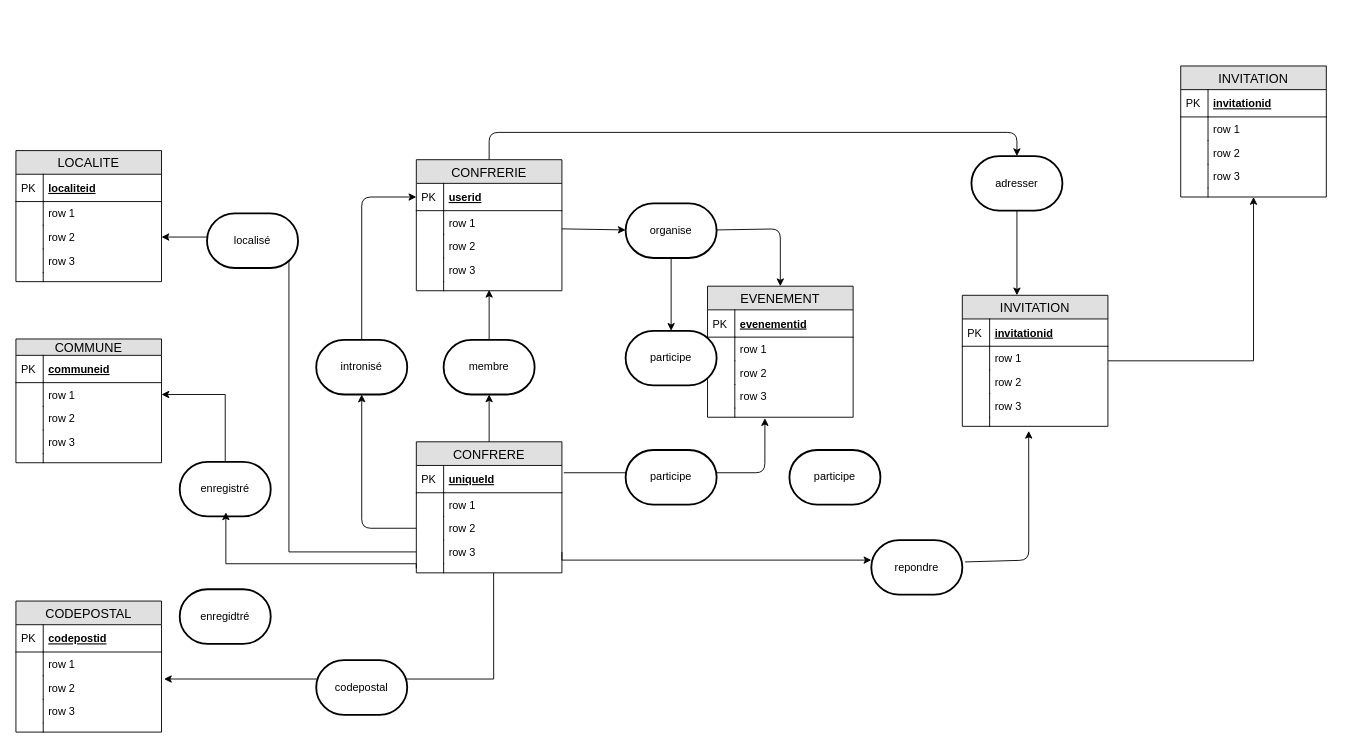
Earlier version of the draw.io diagram Untitled Diagram.drawio (harelimana/saintvincent). Source tidied: cells renumbered, new cells numbered last; positions are measured from the earlier drawing's top-left corner, leaving out a move shared by most shapes. Both pictures are drawn from the tidied source at 91%, with x=0, y=0 at pixel (15, 66).
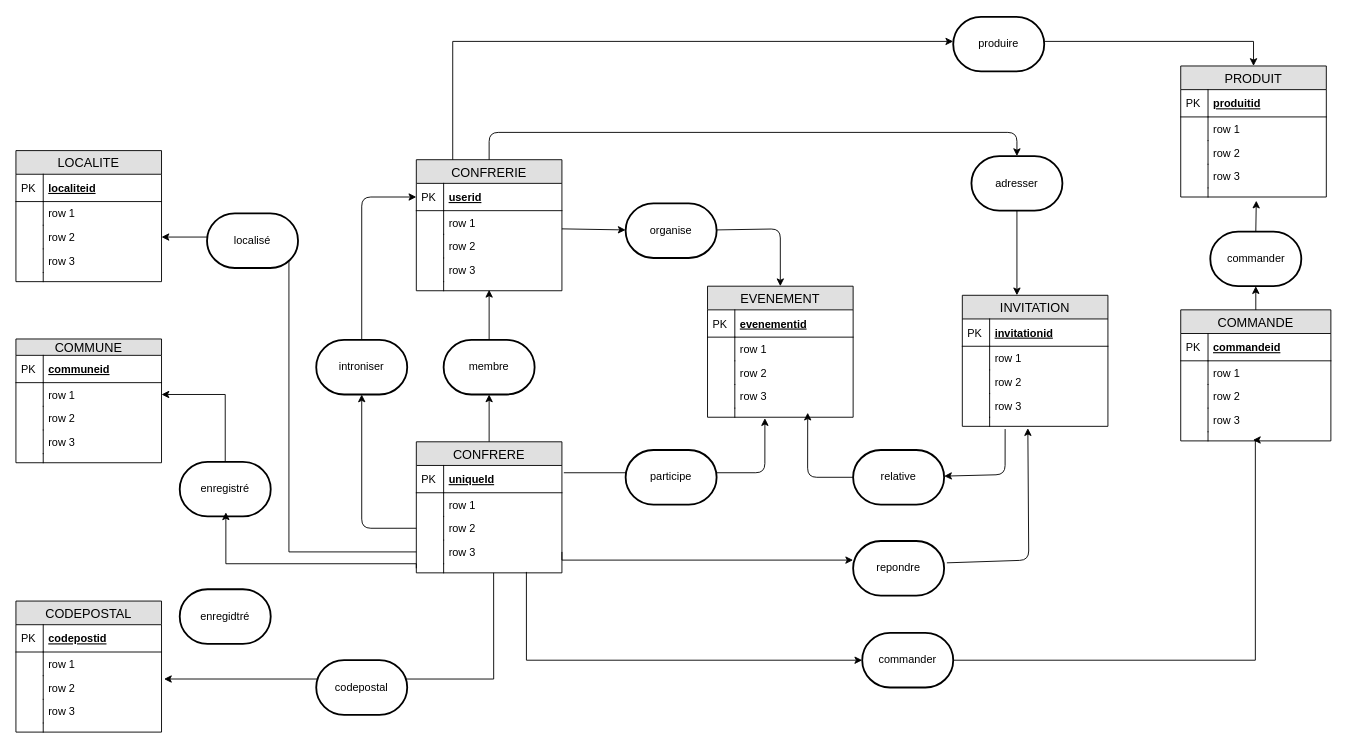
Above is the later version.

Unchanged cells that the change refers to:
```xml
<mxCell id="2" value="CONFRERIE" style="swimlane;fontStyle=0;horizontal=1;startSize=26;fillColor=#e0e0e0;swimlaneFillColor=#ffffff;align=center;fontSize=14;" parent="1" vertex="1">
  <mxGeometry x="440" y="103" width="160" height="144" as="geometry" />
</mxCell>
<mxCell id="22" style="shape=partialRectangle;top=0;left=0;right=0;bottom=0;align=left;verticalAlign=top;fillColor=none;spacingLeft=34;spacingRight=4;overflow=hidden;points=[[0,0.5],[1,0.5]];portConstraint=eastwest;fontSize=12;" parent="13" vertex="1">
  <mxGeometry y="134" width="160" height="10" as="geometry" />
</mxCell>
<mxCell id="80" style="shape=partialRectangle;top=0;left=0;right=0;bottom=0;align=left;verticalAlign=top;fillColor=none;spacingLeft=34;spacingRight=4;overflow=hidden;points=[[0,0.5],[1,0.5]];portConstraint=eastwest;fontSize=12;" parent="71" vertex="1">
  <mxGeometry y="134" width="160" height="10" as="geometry" />
</mxCell>
<mxCell id="87" value="organise" style="strokeWidth=2;html=1;shape=mxgraph.flowchart.terminator;whiteSpace=wrap;" parent="1" vertex="1">
  <mxGeometry x="670" y="151" width="100" height="60" as="geometry" />
</mxCell>
<mxCell id="91" value="INVITATION" style="swimlane;fontStyle=0;horizontal=1;startSize=26;fillColor=#e0e0e0;swimlaneFillColor=#ffffff;align=center;fontSize=14;" parent="1" vertex="1">
  <mxGeometry x="1040" y="252" width="160" height="144" as="geometry" />
</mxCell>
<mxCell id="100" style="shape=partialRectangle;top=0;left=0;right=0;bottom=0;align=left;verticalAlign=top;fillColor=none;spacingLeft=34;spacingRight=4;overflow=hidden;points=[[0,0.5],[1,0.5]];portConstraint=eastwest;fontSize=12;" parent="91" vertex="1">
  <mxGeometry y="134" width="160" height="10" as="geometry" />
</mxCell>
<mxCell id="111" style="shape=partialRectangle;top=0;left=0;right=0;bottom=0;align=left;verticalAlign=top;fillColor=none;spacingLeft=34;spacingRight=4;overflow=hidden;points=[[0,0.5],[1,0.5]];portConstraint=eastwest;fontSize=12;" parent="102" vertex="1">
  <mxGeometry y="134" width="160" height="10" as="geometry" />
</mxCell>
```

Change to the diagram source:
```diff
@@
-    <mxCell id="27" value="intronisé" style="strokeWidth=2;html=1;shape=mxgraph.flowchart.terminator;whiteSpace=wrap;" parent="1" vertex="1">
+    <mxCell id="27" value="introniser" style="strokeWidth=2;html=1;shape=mxgraph.flowchart.terminator;whiteSpace=wrap;" parent="1" vertex="1">
       <mxGeometry x="330" y="301" width="100" height="60" as="geometry" />
     </mxCell>
@@
-    <mxCell id="84" value="participe" style="strokeWidth=2;html=1;shape=mxgraph.flowchart.terminator;whiteSpace=wrap;" parent="1" vertex="1">
-      <mxGeometry x="850" y="422" width="100" height="60" as="geometry" />
+    <mxCell id="84" value="relative" style="strokeWidth=2;html=1;shape=mxgraph.flowchart.terminator;whiteSpace=wrap;" parent="1" vertex="1">
+      <mxGeometry x="920" y="422" width="100" height="60" as="geometry" />
     </mxCell>
@@
-    <mxCell id="86" style="edgeStyle=orthogonalEdgeStyle;rounded=0;jettySize=auto;html=1;" parent="1" edge="1" source="87" target="88">
-      <mxGeometry relative="1" as="geometry" />
+    <mxCell id="86" style="edgeStyle=orthogonalEdgeStyle;rounded=0;jettySize=auto;html=1;exitX=0.25;exitY=0;exitDx=0;exitDy=0;" parent="1" edge="1" source="2" target="88">
+      <mxGeometry relative="1" as="geometry">
+        <Array as="points">
+          <mxPoint x="480" y="-27" />
+        </Array>
+      </mxGeometry>
     </mxCell>
@@
-    <mxCell id="88" value="participe" style="strokeWidth=2;html=1;shape=mxgraph.flowchart.terminator;whiteSpace=wrap;" parent="1" vertex="1">
-      <mxGeometry x="670" y="291" width="100" height="60" as="geometry" />
+    <mxCell id="88" value="produire" style="strokeWidth=2;html=1;shape=mxgraph.flowchart.terminator;whiteSpace=wrap;" parent="1" vertex="1">
+      <mxGeometry x="1030" y="-54" width="100" height="60" as="geometry" />
     </mxCell>
@@
-    <mxCell id="90" style="edgeStyle=orthogonalEdgeStyle;rounded=0;jettySize=auto;html=1;" parent="1" edge="1" source="91" target="102">
-      <mxGeometry relative="1" as="geometry" />
+    <mxCell id="90" style="edgeStyle=orthogonalEdgeStyle;rounded=0;jettySize=auto;html=1;" parent="1" edge="1" source="88" target="102">
+      <mxGeometry relative="1" as="geometry">
+        <Array as="points">
+          <mxPoint x="1360" y="-27" />
+        </Array>
+      </mxGeometry>
     </mxCell>
@@
-    <mxCell id="102" value="INVITATION" style="swimlane;fontStyle=0;horizontal=1;startSize=26;fillColor=#e0e0e0;swimlaneFillColor=#ffffff;align=center;fontSize=14;" parent="1" vertex="1">
+    <mxCell id="102" value="PRODUIT" style="swimlane;fontStyle=0;horizontal=1;startSize=26;fillColor=#e0e0e0;swimlaneFillColor=#ffffff;align=center;fontSize=14;" parent="1" vertex="1">
       <mxGeometry x="1280" width="160" height="144" as="geometry" />
     </mxCell>
-    <mxCell id="103" value="invitationid" style="shape=partialRectangle;top=0;left=0;right=0;bottom=1;align=left;verticalAlign=middle;fillColor=none;spacingLeft=34;spacingRight=4;overflow=hidden;fontStyle=5;fontSize=12;" parent="102" vertex="1">
+    <mxCell id="103" value="produitid" style="shape=partialRectangle;top=0;left=0;right=0;bottom=1;align=left;verticalAlign=middle;fillColor=none;spacingLeft=34;spacingRight=4;overflow=hidden;fontStyle=5;fontSize=12;" parent="102" vertex="1">
       <mxGeometry y="26" width="160" height="30" as="geometry" />
     </mxCell>
@@
     <mxCell id="113" value="repondre" style="strokeWidth=2;html=1;shape=mxgraph.flowchart.terminator;whiteSpace=wrap;" parent="1" vertex="1">
-      <mxGeometry x="940" y="521" width="100" height="60" as="geometry" />
+      <mxGeometry x="920" y="522" width="100" height="60" as="geometry" />
     </mxCell>
@@
-    <mxCell id="118" style="endArrow=classic;html=1;entryX=0.456;entryY=1.5;entryDx=0;entryDy=0;exitX=1.03;exitY=0.4;exitDx=0;exitDy=0;exitPerimeter=0;entryPerimeter=0;" parent="1" edge="1" source="113" target="100">
+    <mxCell id="118" style="endArrow=classic;html=1;entryX=0.45;entryY=1.2;entryDx=0;entryDy=0;exitX=1.03;exitY=0.4;exitDx=0;exitDy=0;exitPerimeter=0;entryPerimeter=0;" parent="1" edge="1" source="113" target="100">
       <mxGeometry relative="1" as="geometry">
         <Array as="points">
           <mxPoint x="1113" y="543" />
         </Array>
       </mxGeometry>
     </mxCell>
+    <mxCell id="119" style="endArrow=classic;html=1;exitX=0.294;exitY=1.3;exitDx=0;exitDy=0;exitPerimeter=0;" parent="1" edge="1" source="100" target="84">
+      <mxGeometry relative="1" as="geometry">
+        <Array as="points">
+          <mxPoint x="1087" y="449" />
+        </Array>
+      </mxGeometry>
+    </mxCell>
+    <mxCell id="120" style="endArrow=classic;html=1;entryX=0.688;entryY=0.5;entryDx=0;entryDy=0;entryPerimeter=0;exitX=0;exitY=0.5;exitDx=0;exitDy=0;exitPerimeter=0;" parent="1" edge="1" source="84" target="80">
+      <mxGeometry relative="1" as="geometry">
+        <Array as="points">
+          <mxPoint x="870" y="452" />
+        </Array>
+      </mxGeometry>
+    </mxCell>
+    <mxCell id="121" value="COMMANDE" style="swimlane;fontStyle=0;horizontal=1;startSize=26;fillColor=#e0e0e0;swimlaneFillColor=#ffffff;align=center;fontSize=14;" parent="1" vertex="1">
+      <mxGeometry x="1280" y="268" width="165" height="144" as="geometry" />
+    </mxCell>
+    <mxCell id="122" value="commandeid" style="shape=partialRectangle;top=0;left=0;right=0;bottom=1;align=left;verticalAlign=middle;fillColor=none;spacingLeft=34;spacingRight=4;overflow=hidden;fontStyle=5;fontSize=12;" parent="121" vertex="1">
+      <mxGeometry y="26" width="165" height="30" as="geometry" />
+    </mxCell>
+    <mxCell id="123" value="PK" style="shape=partialRectangle;top=0;left=0;bottom=0;fillColor=none;align=left;verticalAlign=middle;spacingLeft=4;spacingRight=4;overflow=hidden;fontSize=12;" parent="122" vertex="1">
+      <mxGeometry width="30" height="30" as="geometry" />
+    </mxCell>
+    <mxCell id="124" value="row 1" style="shape=partialRectangle;top=0;left=0;right=0;bottom=0;align=left;verticalAlign=top;fillColor=none;spacingLeft=34;spacingRight=4;overflow=hidden;fontSize=12;" parent="121" vertex="1">
+      <mxGeometry y="56" width="165" height="26" as="geometry" />
+    </mxCell>
+    <mxCell id="125" style="shape=partialRectangle;top=0;left=0;bottom=0;fillColor=none;align=left;verticalAlign=top;spacingLeft=4;spacingRight=4;overflow=hidden;fontSize=12;" parent="124" vertex="1">
+      <mxGeometry width="30" height="26" as="geometry" />
+    </mxCell>
+    <mxCell id="126" value="row 2" style="shape=partialRectangle;top=0;left=0;right=0;bottom=0;align=left;verticalAlign=top;fillColor=none;spacingLeft=34;spacingRight=4;overflow=hidden;fontSize=12;" parent="121" vertex="1">
+      <mxGeometry y="82" width="165" height="26" as="geometry" />
+    </mxCell>
+    <mxCell id="127" style="shape=partialRectangle;top=0;left=0;bottom=0;fillColor=none;align=left;verticalAlign=top;spacingLeft=4;spacingRight=4;overflow=hidden;fontSize=12;" parent="126" vertex="1">
+      <mxGeometry width="30" height="26" as="geometry" />
+    </mxCell>
+    <mxCell id="128" value="row 3" style="shape=partialRectangle;top=0;left=0;right=0;bottom=0;align=left;verticalAlign=top;fillColor=none;spacingLeft=34;spacingRight=4;overflow=hidden;fontSize=12;" parent="121" vertex="1">
+      <mxGeometry y="108" width="165" height="26" as="geometry" />
+    </mxCell>
+    <mxCell id="129" style="shape=partialRectangle;top=0;left=0;bottom=0;fillColor=none;align=left;verticalAlign=top;spacingLeft=4;spacingRight=4;overflow=hidden;fontSize=12;" parent="128" vertex="1">
+      <mxGeometry width="30" height="26" as="geometry" />
+    </mxCell>
+    <mxCell id="130" style="shape=partialRectangle;top=0;left=0;right=0;bottom=0;align=left;verticalAlign=top;fillColor=none;spacingLeft=34;spacingRight=4;overflow=hidden;points=[[0,0.5],[1,0.5]];portConstraint=eastwest;fontSize=12;" parent="121" vertex="1">
+      <mxGeometry y="134" width="165" height="10" as="geometry" />
+    </mxCell>
+    <mxCell id="131" style="shape=partialRectangle;top=0;left=0;bottom=0;fillColor=none;align=left;verticalAlign=top;spacingLeft=4;spacingRight=4;overflow=hidden;fontSize=12;" parent="130" vertex="1">
+      <mxGeometry width="30" height="10" as="geometry" />
+    </mxCell>
+    <mxCell id="132" value="commander" style="strokeWidth=2;html=1;shape=mxgraph.flowchart.terminator;whiteSpace=wrap;" parent="1" vertex="1">
+      <mxGeometry x="930" y="623" width="100" height="60" as="geometry" />
+    </mxCell>
+    <mxCell id="133" style="edgeStyle=orthogonalEdgeStyle;rounded=0;jettySize=auto;html=1;exitX=0.756;exitY=0.9;exitDx=0;exitDy=0;exitPerimeter=0;" parent="1" edge="1" source="22">
+      <mxGeometry relative="1" as="geometry">
+        <mxPoint x="930" y="653" as="targetPoint" />
+        <Array as="points">
+          <mxPoint x="561" y="653" />
+        </Array>
+      </mxGeometry>
+    </mxCell>
+    <mxCell id="134" style="edgeStyle=orthogonalEdgeStyle;rounded=0;jettySize=auto;html=1;exitX=1;exitY=0.5;exitDx=0;exitDy=0;exitPerimeter=0;entryX=0.481;entryY=0.9;entryDx=0;entryDy=0;entryPerimeter=0;" parent="1" edge="1" source="132" target="130">
+      <mxGeometry relative="1" as="geometry">
+        <Array as="points">
+          <mxPoint x="1362" y="653" />
+        </Array>
+      </mxGeometry>
+    </mxCell>
+    <mxCell id="135" value="commander" style="strokeWidth=2;html=1;shape=mxgraph.flowchart.terminator;whiteSpace=wrap;" parent="1" vertex="1">
+      <mxGeometry x="1312.5" y="182" width="100" height="60" as="geometry" />
+    </mxCell>
+    <mxCell id="136" style="endArrow=classic;html=1;exitX=0.5;exitY=0;exitDx=0;exitDy=0;entryX=0.5;entryY=1;entryDx=0;entryDy=0;entryPerimeter=0;" parent="1" edge="1" source="121" target="135">
+      <mxGeometry relative="1" as="geometry" />
+    </mxCell>
+    <mxCell id="137" style="endArrow=classic;html=1;exitX=0.5;exitY=0;exitDx=0;exitDy=0;entryX=0.519;entryY=1.4;entryDx=0;entryDy=0;entryPerimeter=0;exitPerimeter=0;" parent="1" edge="1" source="135" target="111">
+      <mxGeometry relative="1" as="geometry" />
+    </mxCell>
```
